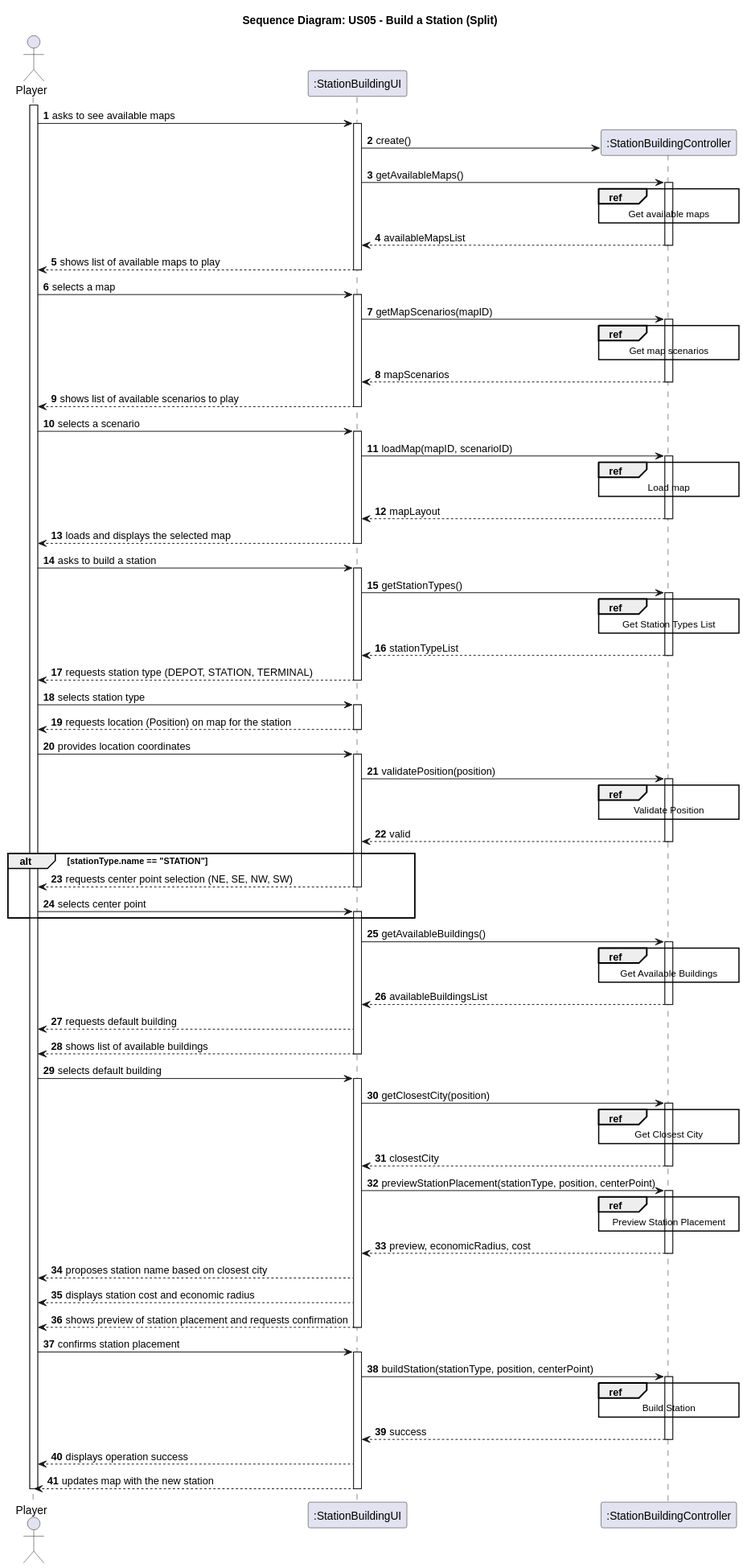
HenriqueSilva18/Railway-Network-Simulator keeps this PlantUML diagram as docs/system-documentation/Sprint 3/US05/03.design/svg/US05-SD-split-Sequence_Diagram.svg. Above is the earlier version. Source of this version:
```plantuml
@startuml
skinparam packageStyle rectangle
skinparam shadowing false

autonumber

title Sequence Diagram: US05 - Build a Station (Split)

actor "Player" as PLAYER
participant ":StationBuildingUI" as UI
participant ":StationBuildingController" as CTRL


activate PLAYER

    PLAYER -> UI: asks to see available maps
        activate UI
        UI -> CTRL**: create()
        UI -> CTRL: getAvailableMaps()
            activate CTRL
                ref over CTRL
                    Get available maps
                end
            CTRL --> UI: availableMapsList
            deactivate CTRL
        UI --> PLAYER: shows list of available maps to play
        deactivate UI

    PLAYER -> UI: selects a map
        activate UI
        UI -> CTRL: getMapScenarios(mapID)
            activate CTRL
                ref over CTRL
                    Get map scenarios
                end
            CTRL --> UI: mapScenarios
            deactivate CTRL
        UI --> PLAYER: shows list of available scenarios to play
        deactivate UI
    PLAYER -> UI: selects a scenario

        activate UI
        UI -> CTRL: loadMap(mapID, scenarioID)
            activate CTRL
                ref over CTRL
                    Load map
                end
            CTRL --> UI: mapLayout
            deactivate CTRL
        UI --> PLAYER: loads and displays the selected map
        deactivate UI

    PLAYER -> UI : asks to build a station
    activate UI
        UI -> CTRL : getStationTypes()

        ref over CTRL
            Get Station Types List
        end ref

        activate CTRL
            CTRL --> UI : stationTypeList
        deactivate CTRL

        UI --> PLAYER : requests station type (DEPOT, STATION, TERMINAL)
    deactivate UI

    PLAYER -> UI : selects station type
    activate UI
        UI --> PLAYER : requests location (Position) on map for the station
    deactivate UI

    PLAYER -> UI : provides location coordinates
    activate UI
        UI -> CTRL : validatePosition(position)

        ref over CTRL
            Validate Position
        end ref

        activate CTRL
            CTRL --> UI : valid
        deactivate CTRL

        alt stationType.name == "STATION"
            UI --> PLAYER : requests center point selection (NE, SE, NW, SW)
            deactivate UI

            PLAYER -> UI : selects center point
            activate UI
        end

        UI -> CTRL : getAvailableBuildings()

        ref over CTRL
            Get Available Buildings
        end ref

        activate CTRL
            CTRL --> UI : availableBuildingsList
        deactivate CTRL

        UI --> PLAYER : requests default building
        UI --> PLAYER : shows list of available buildings
        deactivate UI

        PLAYER -> UI : selects default building
        activate UI

        UI -> CTRL : getClosestCity(position)

        ref over CTRL
            Get Closest City
        end ref

        activate CTRL
            CTRL --> UI : closestCity
        deactivate CTRL

        UI -> CTRL : previewStationPlacement(stationType, position, centerPoint)

        ref over CTRL
            Preview Station Placement
        end ref

        activate CTRL
            CTRL --> UI : preview, economicRadius, cost
        deactivate CTRL

        UI --> PLAYER : proposes station name based on closest city
        UI --> PLAYER : displays station cost and economic radius
        UI --> PLAYER : shows preview of station placement and requests confirmation
    deactivate UI

    PLAYER -> UI : confirms station placement
    activate UI
        UI -> CTRL : buildStation(stationType, position, centerPoint)

        ref over CTRL
            Build Station
        end ref

        activate CTRL
            CTRL --> UI : success
        deactivate CTRL

        UI --> PLAYER : displays operation success
        UI --> PLAYER : updates map with the new station
    deactivate UI

deactivate PLAYER
@enduml
```
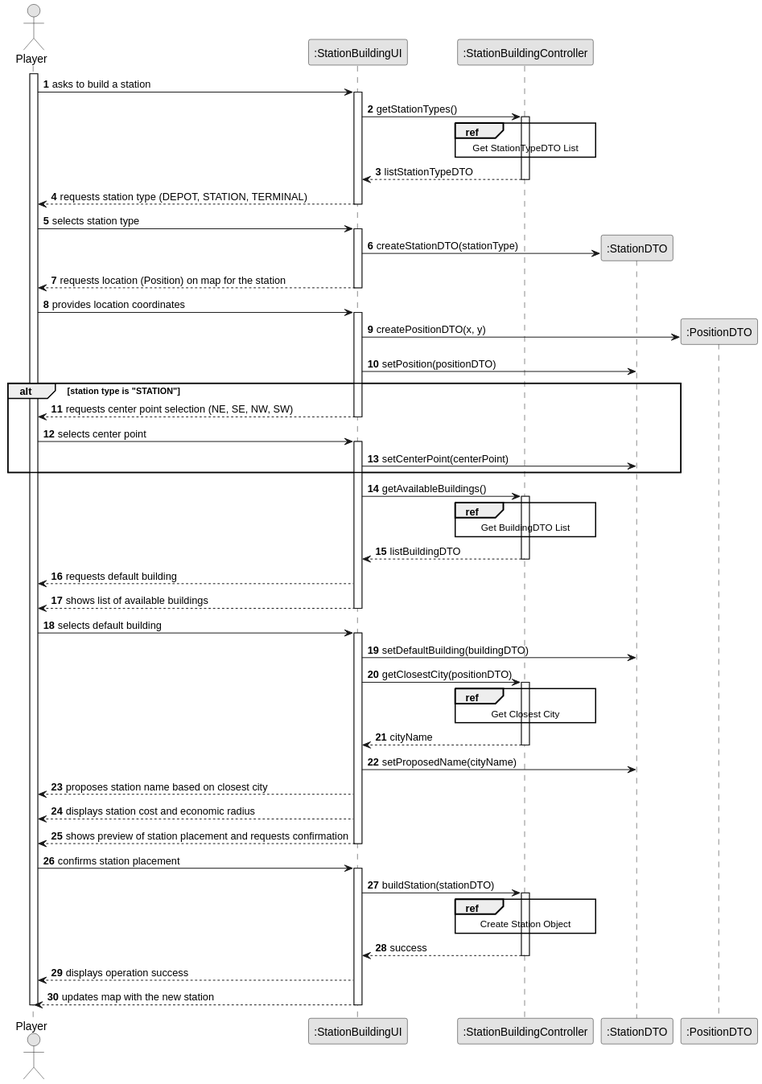
Above is the later version.

Change to the diagram source:
```diff
@@ -1,65 +1,27 @@
 @startuml
+skinparam monochrome true
 skinparam packageStyle rectangle
 skinparam shadowing false
 
 autonumber
 
-title Sequence Diagram: US05 - Build a Station (Split)
+actor "Player" as PLAYER
 
-actor "Player" as PLAYER
 participant ":StationBuildingUI" as UI
 participant ":StationBuildingController" as CTRL
-
+participant ":StationDTO" as STATION_DTO
+participant ":PositionDTO" as POS_DTO
 
 activate PLAYER
-
-    PLAYER -> UI: asks to see available maps
-        activate UI
-        UI -> CTRL**: create()
-        UI -> CTRL: getAvailableMaps()
-            activate CTRL
-                ref over CTRL
-                    Get available maps
-                end
-            CTRL --> UI: availableMapsList
-            deactivate CTRL
-        UI --> PLAYER: shows list of available maps to play
-        deactivate UI
-
-    PLAYER -> UI: selects a map
-        activate UI
-        UI -> CTRL: getMapScenarios(mapID)
-            activate CTRL
-                ref over CTRL
-                    Get map scenarios
-                end
-            CTRL --> UI: mapScenarios
-            deactivate CTRL
-        UI --> PLAYER: shows list of available scenarios to play
-        deactivate UI
-    PLAYER -> UI: selects a scenario
-
-        activate UI
-        UI -> CTRL: loadMap(mapID, scenarioID)
-            activate CTRL
-                ref over CTRL
-                    Load map
-                end
-            CTRL --> UI: mapLayout
-            deactivate CTRL
-        UI --> PLAYER: loads and displays the selected map
-        deactivate UI
 
     PLAYER -> UI : asks to build a station
     activate UI
         UI -> CTRL : getStationTypes()
-
-        ref over CTRL
-            Get Station Types List
-        end ref
-
         activate CTRL
-            CTRL --> UI : stationTypeList
+            ref over CTRL
+                Get StationTypeDTO List
+            end ref
+            CTRL --> UI : listStationTypeDTO
         deactivate CTRL
 
         UI --> PLAYER : requests station type (DEPOT, STATION, TERMINAL)
@@ -67,65 +29,50 @@
 
     PLAYER -> UI : selects station type
     activate UI
+        UI -> STATION_DTO** : createStationDTO(stationType)
         UI --> PLAYER : requests location (Position) on map for the station
     deactivate UI
 
     PLAYER -> UI : provides location coordinates
     activate UI
-        UI -> CTRL : validatePosition(position)
+        UI -> POS_DTO** : createPositionDTO(x, y)
+        UI -> STATION_DTO : setPosition(positionDTO)
 
-        ref over CTRL
-            Validate Position
-        end ref
-
-        activate CTRL
-            CTRL --> UI : valid
-        deactivate CTRL
-
-        alt stationType.name == "STATION"
+        alt station type is "STATION"
             UI --> PLAYER : requests center point selection (NE, SE, NW, SW)
             deactivate UI
 
             PLAYER -> UI : selects center point
             activate UI
+            UI -> STATION_DTO : setCenterPoint(centerPoint)
         end
 
         UI -> CTRL : getAvailableBuildings()
-
-        ref over CTRL
-            Get Available Buildings
-        end ref
-
         activate CTRL
-            CTRL --> UI : availableBuildingsList
+            ref over CTRL
+                Get BuildingDTO List
+            end ref
+            CTRL --> UI : listBuildingDTO
         deactivate CTRL
 
         UI --> PLAYER : requests default building
         UI --> PLAYER : shows list of available buildings
-        deactivate UI
+    deactivate UI
 
-        PLAYER -> UI : selects default building
-        activate UI
+    PLAYER -> UI : selects default building
+    activate UI
+        UI -> STATION_DTO : setDefaultBuilding(buildingDTO)
 
-        UI -> CTRL : getClosestCity(position)
-
-        ref over CTRL
-            Get Closest City
-        end ref
-
+        UI -> CTRL : getClosestCity(positionDTO)
         activate CTRL
-            CTRL --> UI : closestCity
+            ref over CTRL
+                Get Closest City
+            end ref
+            CTRL --> UI : cityName
         deactivate CTRL
 
-        UI -> CTRL : previewStationPlacement(stationType, position, centerPoint)
+        UI -> STATION_DTO : setProposedName(cityName)
 
-        ref over CTRL
-            Preview Station Placement
-        end ref
-
-        activate CTRL
-            CTRL --> UI : preview, economicRadius, cost
-        deactivate CTRL
 
         UI --> PLAYER : proposes station name based on closest city
         UI --> PLAYER : displays station cost and economic radius
@@ -134,13 +81,11 @@
 
     PLAYER -> UI : confirms station placement
     activate UI
-        UI -> CTRL : buildStation(stationType, position, centerPoint)
-
-        ref over CTRL
-            Build Station
-        end ref
-
+        UI -> CTRL : buildStation(stationDTO)
         activate CTRL
+            ref over CTRL
+                Create Station Object
+            end ref
             CTRL --> UI : success
         deactivate CTRL
 
```
